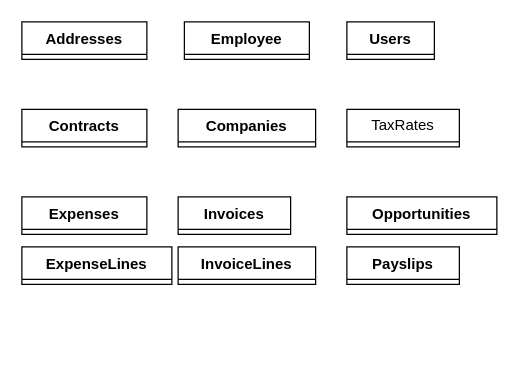
Before: Diagramme sans nom.drawio in Eaulmesse/upit_erp_dev, a draw.io diagram. Source tidied: cells renumbered, new cells numbered last; positions are measured from the earlier drawing's top-left corner, leaving out a move shared by most shapes. Both pictures are drawn from the tidied source at 125%, with x=0, y=0 at pixel (21, 21).
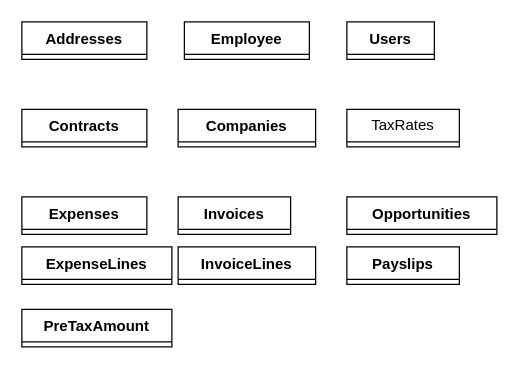
Above is the later version.

The edit, as a diff of the source:
```diff
@@
 <mxGraphModel>
   <root>
     <mxCell id="0" />
     <mxCell id="1" parent="0" />
     <mxCell id="2" value="Companies" style="swimlane;fontStyle=1;align=center;verticalAlign=top;horizontal=1;startSize=26;whiteSpace=wrap;html=1;" parent="1" vertex="1" collapsed="1">
       <mxGeometry x="125" y="70" width="110" height="30" as="geometry" />
     </mxCell>
     <mxCell id="3" value="Addresses" style="swimlane;fontStyle=1;align=center;verticalAlign=top;horizontal=1;startSize=26;whiteSpace=wrap;html=1;" parent="1" vertex="1" collapsed="1">
       <mxGeometry width="100" height="30" as="geometry" />
     </mxCell>
     <mxCell id="4" value="Contracts" style="swimlane;fontStyle=1;align=center;verticalAlign=top;horizontal=1;startSize=26;whiteSpace=wrap;html=1;" parent="1" vertex="1" collapsed="1">
       <mxGeometry y="70" width="100" height="30" as="geometry" />
     </mxCell>
     <mxCell id="5" value="Employee" style="swimlane;fontStyle=1;align=center;verticalAlign=top;horizontal=1;startSize=26;whiteSpace=wrap;html=1;" parent="1" vertex="1" collapsed="1">
       <mxGeometry x="130" width="100" height="30" as="geometry" />
     </mxCell>
     <mxCell id="6" value="Users" style="swimlane;fontStyle=1;align=center;verticalAlign=top;horizontal=1;startSize=26;whiteSpace=wrap;html=1;" parent="1" vertex="1" collapsed="1">
       <mxGeometry x="260" width="70" height="30" as="geometry" />
     </mxCell>
     <mxCell id="7" value="TaxRates" style="swimlane;fontStyle=0;horizontal=1;startSize=26;fillColor=none;whiteSpace=wrap;html=1;" parent="1" vertex="1" collapsed="1">
       <mxGeometry x="260" y="70" width="90" height="30" as="geometry" />
     </mxCell>
     <mxCell id="8" value="Expenses" style="swimlane;fontStyle=1;align=center;verticalAlign=top;horizontal=1;startSize=26;whiteSpace=wrap;html=1;" parent="1" vertex="1" collapsed="1">
       <mxGeometry y="140" width="100" height="30" as="geometry" />
     </mxCell>
     <mxCell id="9" value="ExpenseLines" style="swimlane;fontStyle=1;align=center;verticalAlign=top;horizontal=1;startSize=26;whiteSpace=wrap;html=1;" parent="1" vertex="1" collapsed="1">
       <mxGeometry y="180" width="120" height="30" as="geometry" />
     </mxCell>
     <mxCell id="10" value="Invoices" style="swimlane;fontStyle=1;align=center;verticalAlign=top;horizontal=1;startSize=26;whiteSpace=wrap;html=1;" parent="1" vertex="1" collapsed="1">
       <mxGeometry x="125" y="140" width="90" height="30" as="geometry" />
     </mxCell>
     <mxCell id="11" value="InvoiceLines" style="swimlane;fontStyle=1;align=center;verticalAlign=top;horizontal=1;startSize=26;whiteSpace=wrap;html=1;" parent="1" vertex="1" collapsed="1">
       <mxGeometry x="125" y="180" width="110" height="30" as="geometry" />
     </mxCell>
     <mxCell id="12" value="Opportunities" style="swimlane;fontStyle=1;align=center;verticalAlign=top;horizontal=1;startSize=26;whiteSpace=wrap;html=1;" parent="1" vertex="1" collapsed="1">
       <mxGeometry x="260" y="140" width="120" height="30" as="geometry" />
     </mxCell>
     <mxCell id="13" value="Payslips" style="swimlane;fontStyle=1;align=center;verticalAlign=top;horizontal=1;startSize=26;whiteSpace=wrap;html=1;" parent="1" vertex="1" collapsed="1">
       <mxGeometry x="260" y="180" width="90" height="30" as="geometry" />
     </mxCell>
+    <mxCell id="14" value="PreTaxAmount" style="swimlane;fontStyle=1;align=center;verticalAlign=top;horizontal=1;startSize=26;whiteSpace=wrap;html=1;" parent="1" vertex="1" collapsed="1">
+      <mxGeometry y="230" width="120" height="30" as="geometry" />
+    </mxCell>
   </root>
 </mxGraphModel>
```
